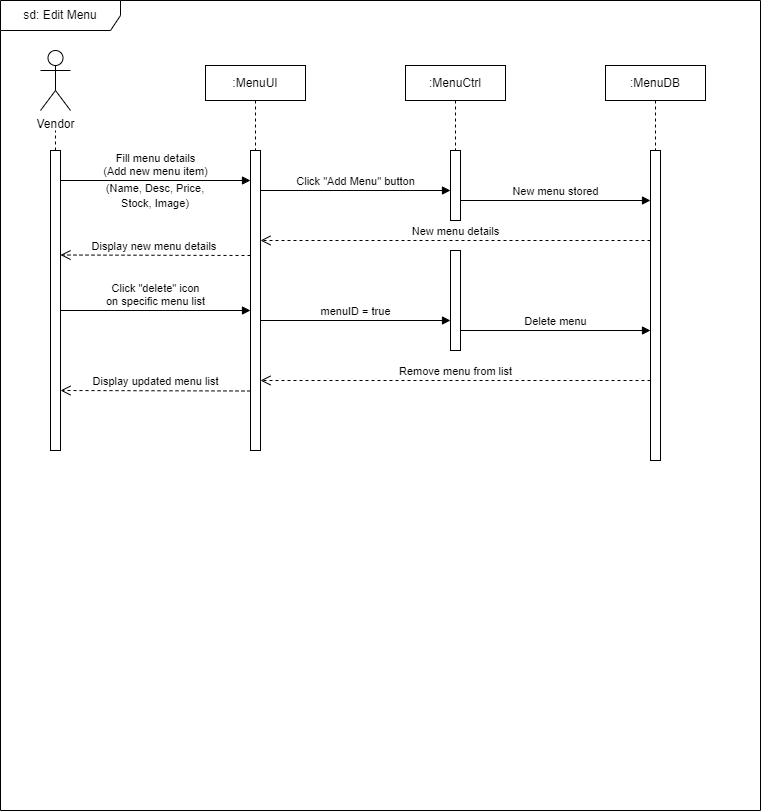
sofeae/bazaarease keeps this draw.io diagram as sequence.drawio.png. Above is the earlier version. Source tidied: cells renumbered, new cells last; positions are measured from the earlier drawing's top-left corner, leaving out a move shared by most shapes.
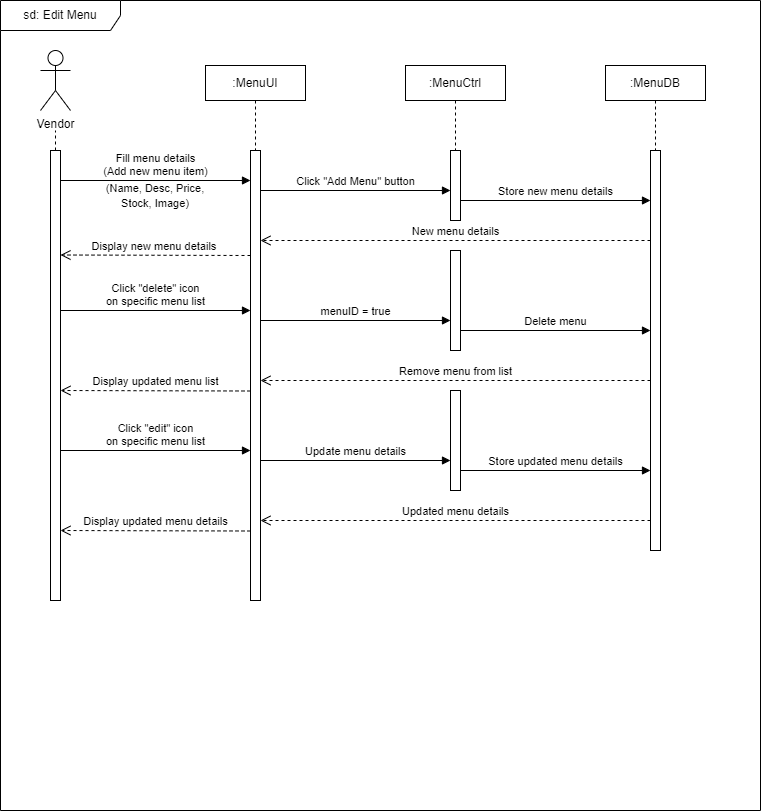
The same file after the commit.

What changed in the source:
```diff
@@ -6,7 +6,7 @@
       <mxGeometry width="760" height="810" as="geometry" />
     </mxCell>
     <mxCell id="3" style="html=1;points=[[0,0,0,0,5],[0,1,0,0,-5],[1,0,0,0,5],[1,1,0,0,-5]];perimeter=orthogonalPerimeter;outlineConnect=0;targetShapes=umlLifeline;portConstraint=eastwest;newEdgeStyle={&quot;curved&quot;:0,&quot;rounded&quot;:0};" parent="1" vertex="1">
-      <mxGeometry x="250" y="150" width="10" height="300" as="geometry" />
+      <mxGeometry x="250" y="150" width="10" height="450" as="geometry" />
     </mxCell>
     <mxCell id="4" value="Fill menu details &lt;br&gt;(Add new menu item)" style="html=1;verticalAlign=bottom;endArrow=block;curved=0;rounded=0;" parent="1" edge="1" target="3">
       <mxGeometry relative="1" as="geometry">
@@ -23,10 +23,10 @@
       <mxGeometry x="450" y="150" width="10" height="70" as="geometry" />
     </mxCell>
     <mxCell id="7" style="html=1;perimeter=orthogonalPerimeter;targetShapes=umlLifeline;newEdgeStyle={&quot;curved&quot;:0,&quot;rounded&quot;:0};" parent="1" vertex="1">
-      <mxGeometry x="650" y="150" width="10" height="310" as="geometry" />
+      <mxGeometry x="650" y="150" width="10" height="400" as="geometry" />
     </mxCell>
     <mxCell id="8" style="html=1;perimeter=orthogonalPerimeter;targetShapes=umlLifeline;newEdgeStyle={&quot;curved&quot;:0,&quot;rounded&quot;:0};" parent="1" vertex="1">
-      <mxGeometry x="50" y="150" width="10" height="300" as="geometry" />
+      <mxGeometry x="50" y="150" width="10" height="450" as="geometry" />
     </mxCell>
     <mxCell id="9" value="&lt;font style=&quot;font-size: 11px;&quot;&gt;(Name, Desc, Price, &lt;br&gt;Stock, Image)&lt;/font&gt;" style="text;html=1;strokeColor=none;fillColor=none;align=center;verticalAlign=middle;whiteSpace=wrap;rounded=0;" parent="1" vertex="1">
       <mxGeometry x="80" y="180" width="150" height="30" as="geometry" />
@@ -42,7 +42,7 @@
         <mxPoint x="250" y="310" as="targetPoint" />
       </mxGeometry>
     </mxCell>
-    <mxCell id="12" value="New menu stored" style="html=1;verticalAlign=bottom;endArrow=block;curved=0;rounded=0;" parent="1" edge="1">
+    <mxCell id="12" value="Store new menu details" style="html=1;verticalAlign=bottom;endArrow=block;curved=0;rounded=0;" parent="1" edge="1">
       <mxGeometry relative="1" as="geometry">
         <mxPoint x="460" y="200" as="sourcePoint" />
         <mxPoint x="650" y="200" as="targetPoint" />
@@ -102,5 +102,38 @@
         </Array>
       </mxGeometry>
     </mxCell>
+    <mxCell id="24" value="Click &quot;edit&quot; icon&lt;br&gt;on specific menu list" style="html=1;verticalAlign=bottom;endArrow=block;curved=0;rounded=0;" parent="1" edge="1">
+      <mxGeometry relative="1" as="geometry">
+        <mxPoint x="60" y="450" as="sourcePoint" />
+        <mxPoint x="250" y="450" as="targetPoint" />
+      </mxGeometry>
+    </mxCell>
+    <mxCell id="25" style="html=1;perimeter=orthogonalPerimeter;targetShapes=umlLifeline;newEdgeStyle={&quot;curved&quot;:0,&quot;rounded&quot;:0};" parent="1" vertex="1">
+      <mxGeometry x="450" y="390" width="10" height="100" as="geometry" />
+    </mxCell>
+    <mxCell id="26" value="Update menu details" style="html=1;verticalAlign=bottom;endArrow=block;curved=0;rounded=0;" parent="1" edge="1">
+      <mxGeometry relative="1" as="geometry">
+        <mxPoint x="260" y="460" as="sourcePoint" />
+        <mxPoint x="450" y="460" as="targetPoint" />
+      </mxGeometry>
+    </mxCell>
+    <mxCell id="27" value="Store updated menu details" style="html=1;verticalAlign=bottom;endArrow=block;curved=0;rounded=0;" parent="1" edge="1">
+      <mxGeometry relative="1" as="geometry">
+        <mxPoint x="460" y="470" as="sourcePoint" />
+        <mxPoint x="650" y="470" as="targetPoint" />
+      </mxGeometry>
+    </mxCell>
+    <mxCell id="28" value="Updated menu details" style="html=1;verticalAlign=bottom;endArrow=open;dashed=1;endSize=8;curved=0;rounded=0;" parent="1" edge="1">
+      <mxGeometry relative="1" as="geometry">
+        <mxPoint x="650" y="520" as="sourcePoint" />
+        <mxPoint x="260" y="520" as="targetPoint" />
+      </mxGeometry>
+    </mxCell>
+    <mxCell id="29" value="Display updated menu details" style="html=1;verticalAlign=bottom;endArrow=open;dashed=1;endSize=8;curved=0;rounded=0;" parent="1" edge="1">
+      <mxGeometry relative="1" as="geometry">
+        <mxPoint x="250" y="530.5" as="sourcePoint" />
+        <mxPoint x="60" y="530" as="targetPoint" />
+      </mxGeometry>
+    </mxCell>
   </root>
 </mxGraphModel>
```
